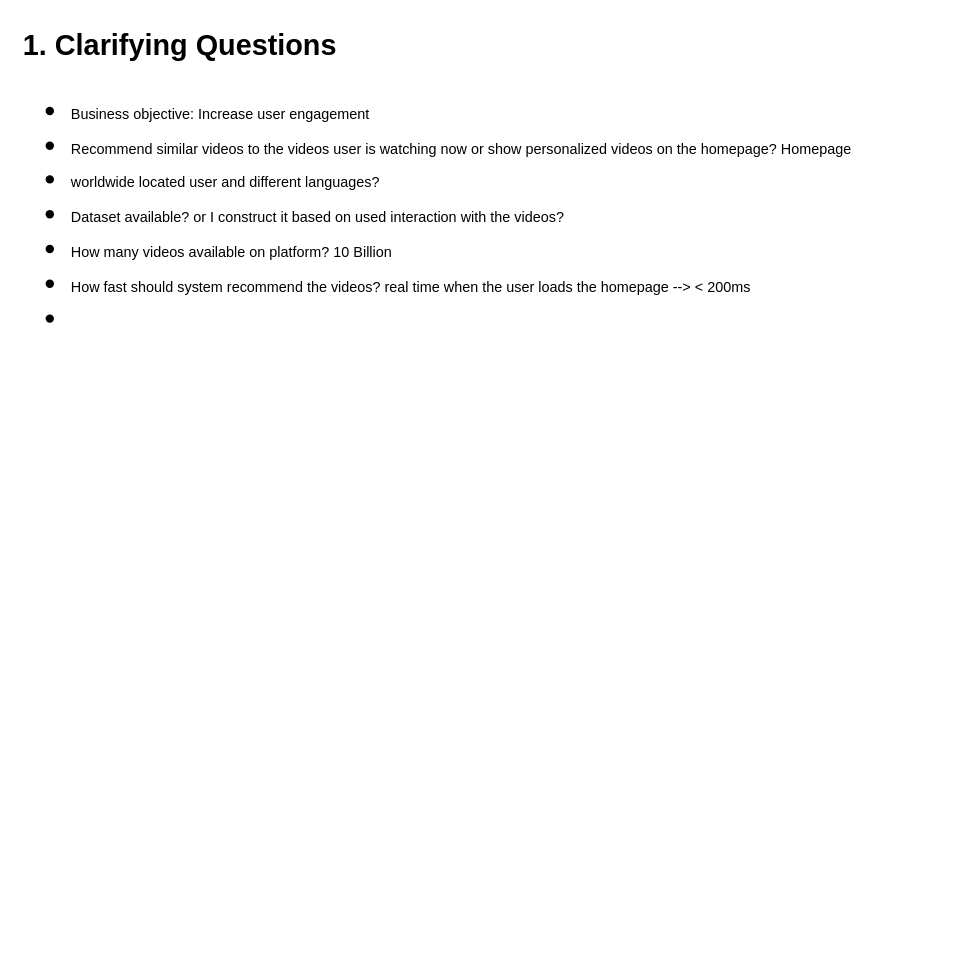
Above: Untitled Diagram.drawio in SanazBehbahani/ML-System-Design (draw.io), before the change. Source tidied: cells renumbered, new cells numbered last; positions are measured from the earlier drawing's top-left corner, leaving out a move shared by most shapes. Both pictures are drawn from the tidied source at 120%, with x=0, y=0 at pixel (20, 20).
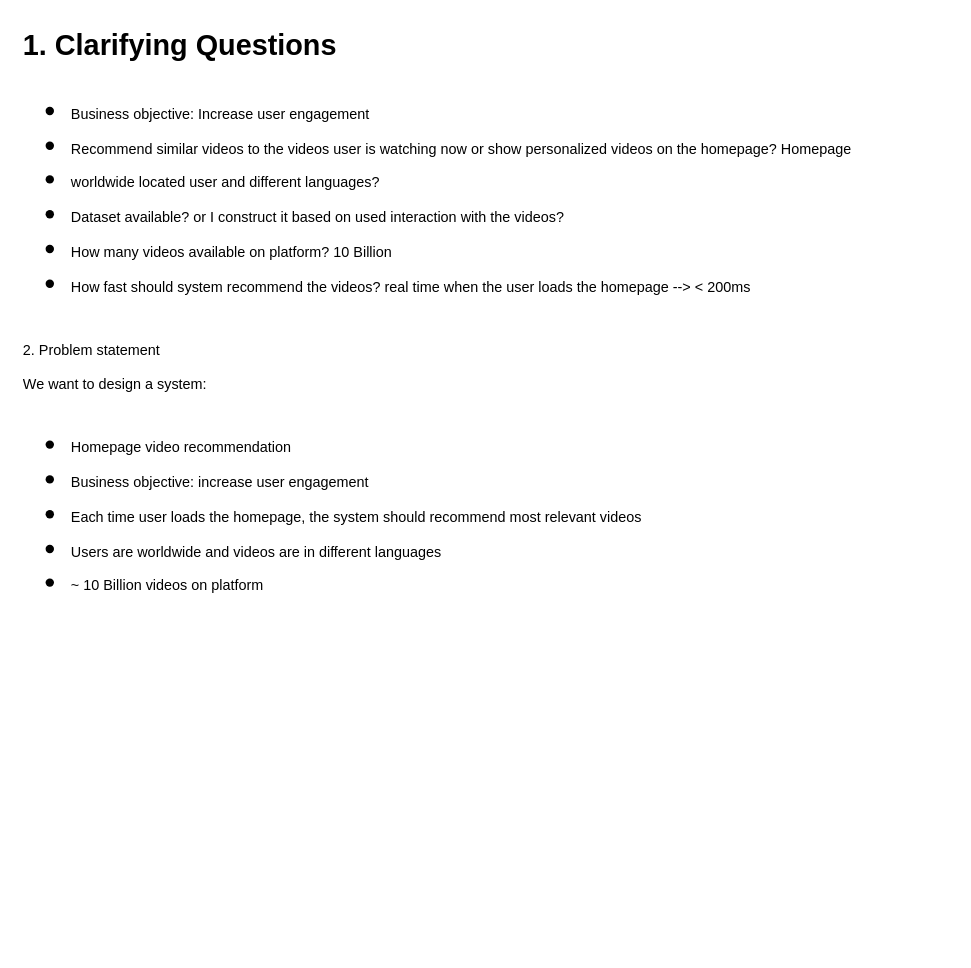
Above is the later version.

Diff of the diagram source:
```diff
@@
 <mxGraphModel>
   <root>
     <mxCell id="0" />
     <mxCell id="1" parent="0" />
-    <mxCell id="2" value="&lt;h1 style=&quot;margin-top: 0px;&quot;&gt;1. Clarifying Questions&lt;/h1&gt;&lt;h1 style=&quot;margin-top: 0px;&quot;&gt;&lt;ul&gt;&lt;li&gt;&lt;span style=&quot;font-size: 12px; font-weight: 400;&quot;&gt;Business objective: Increase user engagement&lt;/span&gt;&lt;/li&gt;&lt;li&gt;&lt;span style=&quot;font-size: 12px; font-weight: 400;&quot;&gt;Recommend similar videos to the videos user is watching now or show personalized videos on the homepage? Homepage&lt;/span&gt;&lt;/li&gt;&lt;li&gt;&lt;span style=&quot;font-size: 12px; font-weight: 400;&quot;&gt;worldwide located user and different languages?&amp;nbsp;&lt;/span&gt;&lt;/li&gt;&lt;li&gt;&lt;span style=&quot;font-size: 12px; font-weight: 400;&quot;&gt;Dataset available? or I construct it based on used interaction with the videos?&amp;nbsp;&lt;/span&gt;&lt;/li&gt;&lt;li&gt;&lt;span style=&quot;font-size: 12px; font-weight: 400;&quot;&gt;How many videos available on platform? 10 Billion&lt;/span&gt;&lt;/li&gt;&lt;li&gt;&lt;span style=&quot;font-size: 12px; font-weight: 400;&quot;&gt;How fast should system recommend the videos? real time when the user loads the homepage --&amp;gt; &amp;lt; 200ms&lt;/span&gt;&lt;/li&gt;&lt;li&gt;&lt;span style=&quot;font-size: 12px; font-weight: 400;&quot;&gt;&lt;br&gt;&lt;/span&gt;&lt;/li&gt;&lt;/ul&gt;&lt;/h1&gt;" style="text;html=1;whiteSpace=wrap;overflow=hidden;rounded=0;" parent="1" vertex="1">
+    <mxCell id="2" value="&lt;h1 style=&quot;margin-top: 0px;&quot;&gt;1. Clarifying Questions&lt;/h1&gt;&lt;h1 style=&quot;margin-top: 0px;&quot;&gt;&lt;ul&gt;&lt;li&gt;&lt;span style=&quot;font-size: 12px; font-weight: 400;&quot;&gt;Business objective: Increase user engagement&lt;/span&gt;&lt;/li&gt;&lt;li&gt;&lt;span style=&quot;font-size: 12px; font-weight: 400;&quot;&gt;Recommend similar videos to the videos user is watching now or show personalized videos on the homepage? Homepage&lt;/span&gt;&lt;/li&gt;&lt;li&gt;&lt;span style=&quot;font-size: 12px; font-weight: 400;&quot;&gt;worldwide located user and different languages?&amp;nbsp;&lt;/span&gt;&lt;/li&gt;&lt;li&gt;&lt;span style=&quot;font-size: 12px; font-weight: 400;&quot;&gt;Dataset available? or I construct it based on used interaction with the videos?&amp;nbsp;&lt;/span&gt;&lt;/li&gt;&lt;li&gt;&lt;span style=&quot;font-size: 12px; font-weight: 400;&quot;&gt;How many videos available on platform? 10 Billion&lt;/span&gt;&lt;/li&gt;&lt;li&gt;&lt;span style=&quot;font-size: 12px; font-weight: 400;&quot;&gt;How fast should system recommend the videos? real time when the user loads the homepage --&amp;gt; &amp;lt; 200ms&lt;/span&gt;&lt;/li&gt;&lt;/ul&gt;&lt;div&gt;&lt;span style=&quot;font-size: 12px; font-weight: 400;&quot;&gt;2. Problem statement&lt;/span&gt;&lt;/div&gt;&lt;div&gt;&lt;span style=&quot;font-size: 12px; font-weight: 400;&quot;&gt;We want to design a system:&amp;nbsp;&lt;/span&gt;&lt;/div&gt;&lt;div&gt;&lt;ul&gt;&lt;li&gt;&lt;span style=&quot;font-size: 12px; font-weight: 400;&quot;&gt;Homepage video recommendation&lt;/span&gt;&lt;/li&gt;&lt;li&gt;&lt;span style=&quot;font-size: 12px; font-weight: 400;&quot;&gt;Business objective: increase user engagement&lt;/span&gt;&lt;/li&gt;&lt;li&gt;&lt;span style=&quot;font-size: 12px; font-weight: 400;&quot;&gt;Each time user loads the homepage, the system should recommend most relevant videos&lt;/span&gt;&lt;/li&gt;&lt;li&gt;&lt;span style=&quot;font-size: 12px; font-weight: 400;&quot;&gt;Users are worldwide and videos are in different languages&lt;/span&gt;&lt;/li&gt;&lt;li&gt;&lt;span style=&quot;font-size: 12px; font-weight: 400;&quot;&gt;~ 10 Billion videos on platform&lt;/span&gt;&lt;/li&gt;&lt;/ul&gt;&lt;/div&gt;&lt;/h1&gt;" style="text;html=1;whiteSpace=wrap;overflow=hidden;rounded=0;" parent="1" vertex="1">
       <mxGeometry width="775" height="770" as="geometry" />
     </mxCell>
   </root>
 </mxGraphModel>
```
